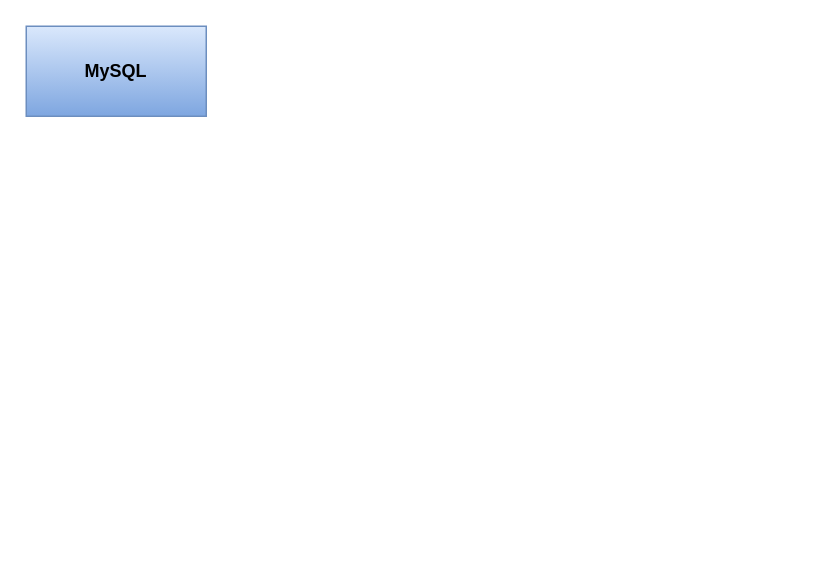
Earlier version of the draw.io diagram page "Database" (3 of 5) of Link_Bookmarks.drawio (sunflynf/diagram-only). Source tidied: cells renumbered, new cells numbered last; positions are measured from the earlier drawing's top-left corner, leaving out a move shared by most shapes. Both pictures are drawn from the tidied source at 150%, with x=0, y=0 at pixel (26, 26).
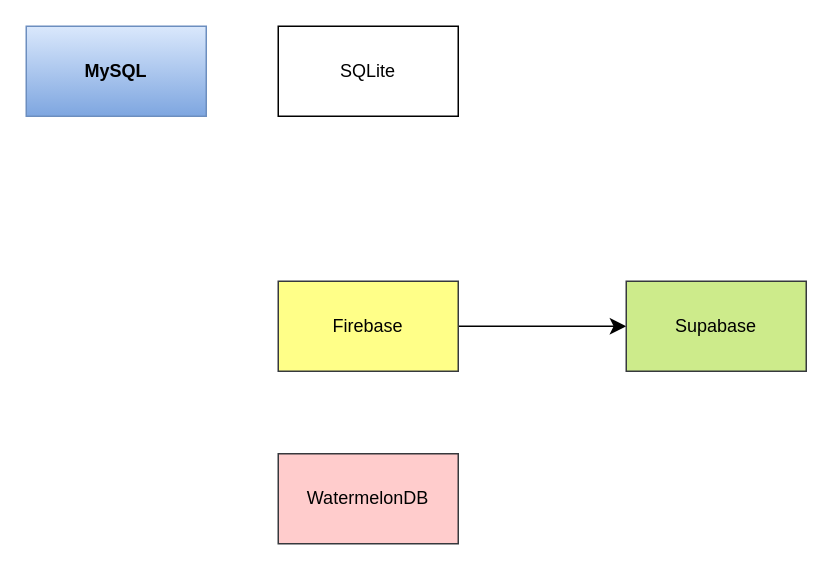
The same page after the edit.

The edit, as a diff of the source:
```diff
@@
 <mxGraphModel>
   <root>
     <mxCell id="0" />
     <mxCell id="1" parent="0" />
     <mxCell id="2" value="MySQL" style="whiteSpace=wrap;html=1;fontStyle=1;fillColor=#dae8fc;gradientColor=#7ea6e0;strokeColor=#6c8ebf;" parent="1" vertex="1">
       <mxGeometry width="120" height="60" as="geometry" />
     </mxCell>
+    <mxCell id="3" style="edgeStyle=none;curved=1;rounded=0;jettySize=auto;html=1;fontSize=12;startSize=8;endSize=8;" parent="1" edge="1" source="4" target="5">
+      <mxGeometry relative="1" as="geometry" />
+    </mxCell>
+    <mxCell id="4" value="Firebase" style="whiteSpace=wrap;html=1;fillColor=#ffff88;strokeColor=#36393d;" parent="1" vertex="1">
+      <mxGeometry x="168" y="170" width="120" height="60" as="geometry" />
+    </mxCell>
+    <mxCell id="5" value="Supabase" style="whiteSpace=wrap;html=1;fillColor=#cdeb8b;strokeColor=#36393d;" parent="1" vertex="1">
+      <mxGeometry x="400" y="170" width="120" height="60" as="geometry" />
+    </mxCell>
+    <mxCell id="6" value="WatermelonDB" style="whiteSpace=wrap;html=1;fillColor=#ffcccc;strokeColor=#36393d;" parent="1" vertex="1">
+      <mxGeometry x="168" y="285" width="120" height="60" as="geometry" />
+    </mxCell>
+    <mxCell id="7" value="SQLite" style="whiteSpace=wrap;html=1;" parent="1" vertex="1">
+      <mxGeometry x="168" width="120" height="60" as="geometry" />
+    </mxCell>
   </root>
 </mxGraphModel>
```
